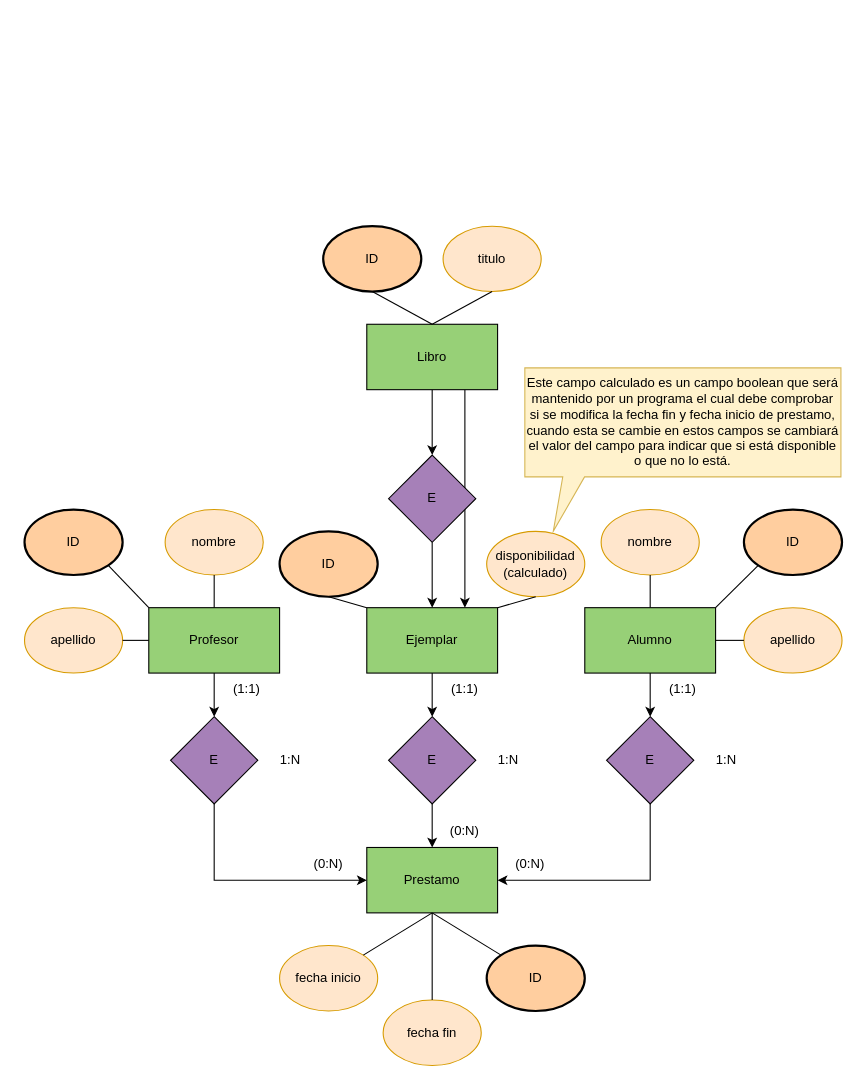
This is drawio/Ejer5.drawio from DiEgOfercri/Modelos-BBDD, a draw.io file, before an edit. Source tidied: cells renumbered, new cells numbered last; positions are measured from the earlier drawing's top-left corner, leaving out a move shared by most shapes. Both pictures are drawn from the tidied source at 109%, with x=0, y=0 at pixel (24, 226).
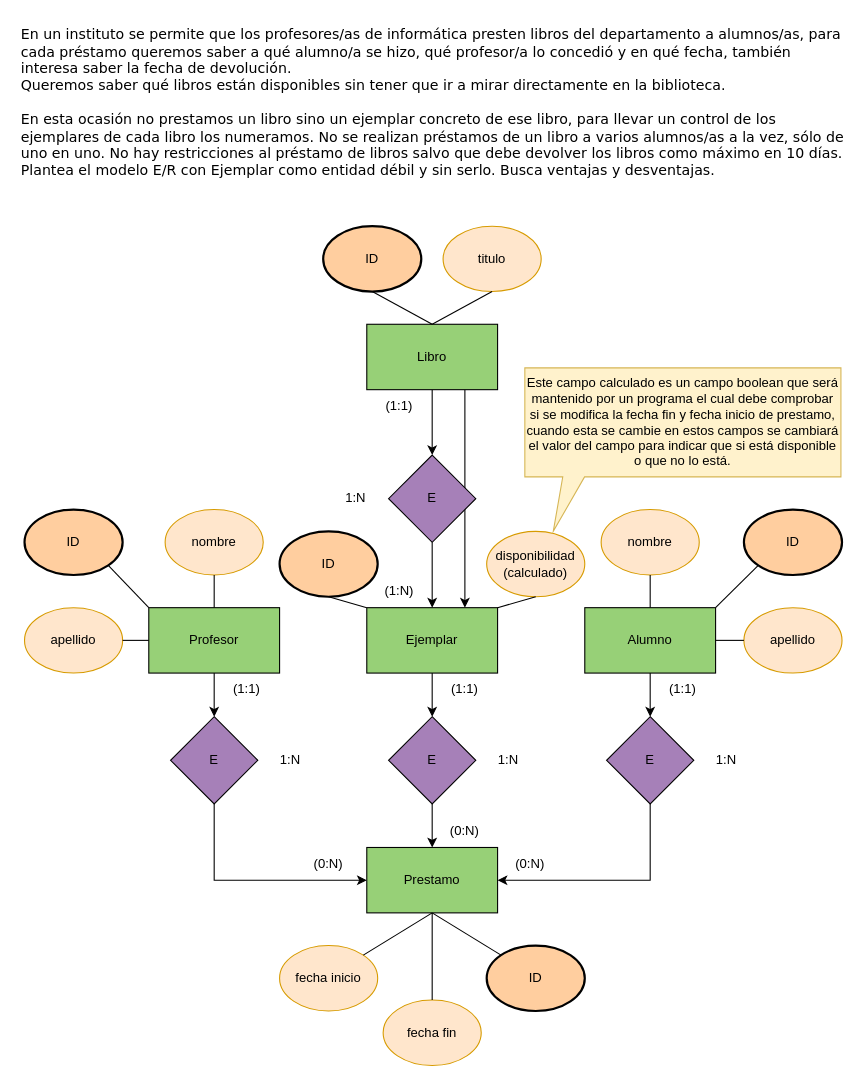
After the change.

Change to the diagram source:
```diff
@@
+    <mxCell id="56" value="En un instituto se permite que los profesores/as de informática presten libros del departamento a alumnos/as, para cada préstamo queremos saber a qué alumno/a se hizo, qué profesor/a lo concedió y en qué fecha, también interesa saber la fecha de devolución.&lt;br style=&quot;font-size: 13px;&quot;&gt;Queremos saber qué libros están disponibles sin tener que ir a mirar directamente en la biblioteca.&lt;br&gt;&lt;br style=&quot;font-size: 13px;&quot;&gt;En esta ocasión no prestamos un libro sino un ejemplar concreto de ese libro, para llevar un control de los ejemplares de cada libro los numeramos. No se realizan préstamos de un libro a varios alumnos/as a la vez, sólo de uno en uno. No hay restricciones al préstamo de libros salvo que debe devolver los libros como máximo en 10 días. Plantea el modelo E/R con Ejemplar como entidad débil y sin serlo. Busca ventajas y desventajas." style="text;html=1;strokeColor=none;fillColor=none;align=left;verticalAlign=top;whiteSpace=wrap;rounded=0;fontFamily=Verdana;fontSize=13;" parent="1" vertex="1">
+      <mxGeometry x="-5" y="-190" width="760" height="180" as="geometry" />
+    </mxCell>
+    <mxCell id="57" value="(1:N)" style="text;html=1;strokeColor=none;fillColor=none;align=center;verticalAlign=middle;whiteSpace=wrap;rounded=0;" parent="1" vertex="1">
+      <mxGeometry x="314" y="320" width="60" height="30" as="geometry" />
+    </mxCell>
+    <mxCell id="58" value="(1:1)" style="text;html=1;strokeColor=none;fillColor=none;align=center;verticalAlign=middle;whiteSpace=wrap;rounded=0;" parent="1" vertex="1">
+      <mxGeometry x="314" y="150" width="60" height="30" as="geometry" />
+    </mxCell>
+    <mxCell id="59" value="1:N" style="text;html=1;strokeColor=none;fillColor=none;align=center;verticalAlign=middle;whiteSpace=wrap;rounded=0;" parent="1" vertex="1">
+      <mxGeometry x="274" y="235" width="60" height="30" as="geometry" />
+    </mxCell>
```
